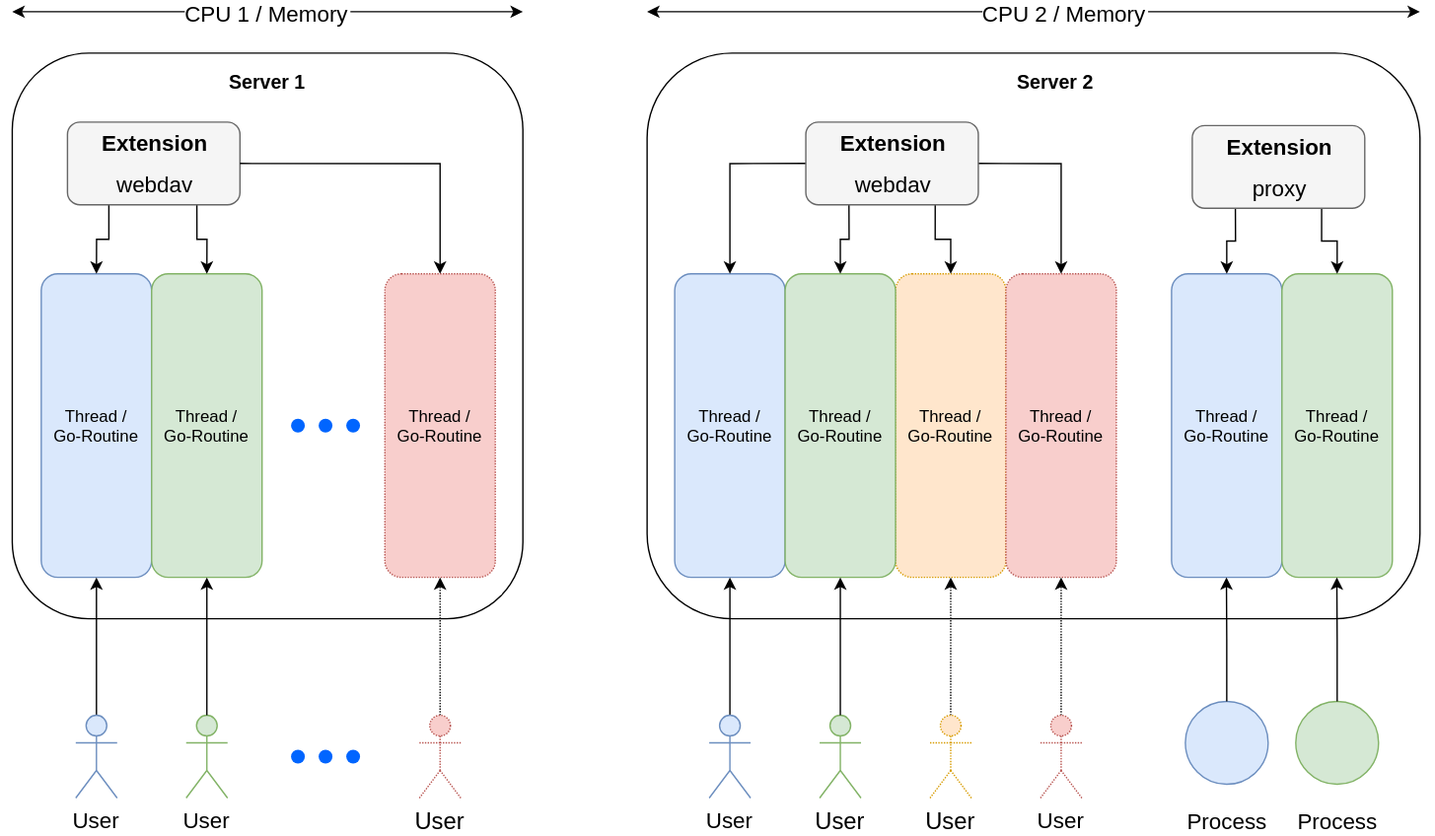
Earlier version of the draw.io export modules/ROOT/images/deployment/services/concurrence.drawio.svg (owncloud/docs-ocis). Source tidied: cells renumbered, new cells last; positions are measured from the earlier drawing's top-left corner, leaving out a move shared by most shapes.
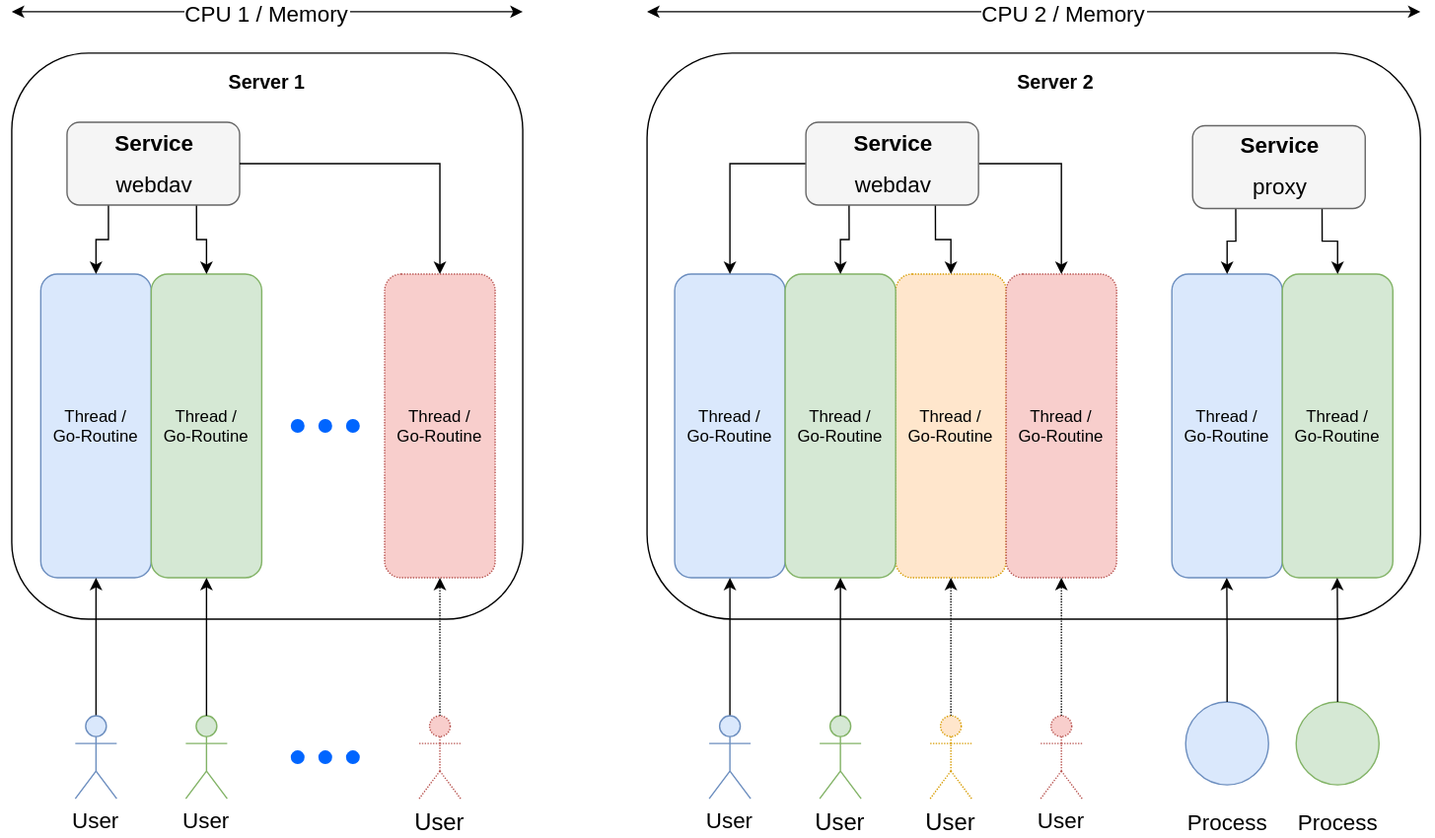
The same file after the commit.

Diff of the diagram source:
```diff
@@ -81,8 +81,8 @@
     <mxCell id="25" style="group;" parent="23" vertex="1">
       <mxGeometry x="17.5" y="5" width="90" height="50" as="geometry" />
     </mxCell>
-    <mxCell id="26" value="Extension" style="text;html=1;align=center;verticalAlign=middle;fillColor=none;strokeColor=none;rounded=0;shadow=0;dashed=1;dashPattern=1 1;sketch=0;fontSize=16;fontStyle=1;" parent="25" vertex="1">
-      <mxGeometry width="90" height="20" as="geometry" />
+    <mxCell id="26" value="Service" style="text;html=1;align=center;verticalAlign=middle;fillColor=none;strokeColor=none;rounded=0;shadow=0;dashed=1;dashPattern=1 1;sketch=0;fontSize=16;fontStyle=1;" parent="25" vertex="1">
+      <mxGeometry x="5" y="-5" width="80" height="30" as="geometry" />
     </mxCell>
     <mxCell id="27" value="webdav" style="text;html=1;align=center;verticalAlign=middle;fillColor=none;strokeColor=none;rounded=0;shadow=0;dashed=1;dashPattern=1 1;sketch=0;fontSize=16;" parent="25" vertex="1">
       <mxGeometry x="10" y="30" width="70" height="20" as="geometry" />
@@ -187,8 +187,8 @@
     <mxCell id="58" style="group;" parent="56" vertex="1">
       <mxGeometry x="17.5" y="5" width="90" height="50" as="geometry" />
     </mxCell>
-    <mxCell id="59" value="Extension" style="text;html=1;align=center;verticalAlign=middle;fillColor=none;strokeColor=none;rounded=0;shadow=0;dashed=1;dashPattern=1 1;sketch=0;fontSize=16;fontStyle=1;" parent="58" vertex="1">
-      <mxGeometry width="90" height="20" as="geometry" />
+    <mxCell id="59" value="Service" style="text;html=1;align=center;verticalAlign=middle;fillColor=none;strokeColor=none;rounded=0;shadow=0;dashed=1;dashPattern=1 1;sketch=0;fontSize=16;fontStyle=1;" parent="58" vertex="1">
+      <mxGeometry x="5" y="-5" width="80" height="30" as="geometry" />
     </mxCell>
     <mxCell id="60" value="webdav" style="text;html=1;align=center;verticalAlign=middle;fillColor=none;strokeColor=none;rounded=0;shadow=0;dashed=1;dashPattern=1 1;sketch=0;fontSize=16;" parent="58" vertex="1">
       <mxGeometry x="10" y="30" width="70" height="20" as="geometry" />
@@ -202,8 +202,8 @@
     <mxCell id="63" style="group;" parent="61" vertex="1">
       <mxGeometry x="17.5" y="5" width="90" height="50" as="geometry" />
     </mxCell>
-    <mxCell id="64" value="Extension" style="text;html=1;align=center;verticalAlign=middle;fillColor=none;strokeColor=none;rounded=0;shadow=0;dashed=1;dashPattern=1 1;sketch=0;fontSize=16;fontStyle=1;" parent="63" vertex="1">
-      <mxGeometry width="90" height="20" as="geometry" />
+    <mxCell id="64" value="Service" style="text;html=1;align=center;verticalAlign=middle;fillColor=none;strokeColor=none;rounded=0;shadow=0;dashed=1;dashPattern=1 1;sketch=0;fontSize=16;fontStyle=1;" parent="63" vertex="1">
+      <mxGeometry x="5" y="-5" width="80" height="30" as="geometry" />
     </mxCell>
     <mxCell id="65" value="proxy" style="text;html=1;align=center;verticalAlign=middle;fillColor=none;strokeColor=none;rounded=0;shadow=0;dashed=1;dashPattern=1 1;sketch=0;fontSize=16;" parent="63" vertex="1">
       <mxGeometry x="20" y="30" width="50" height="20" as="geometry" />
```
